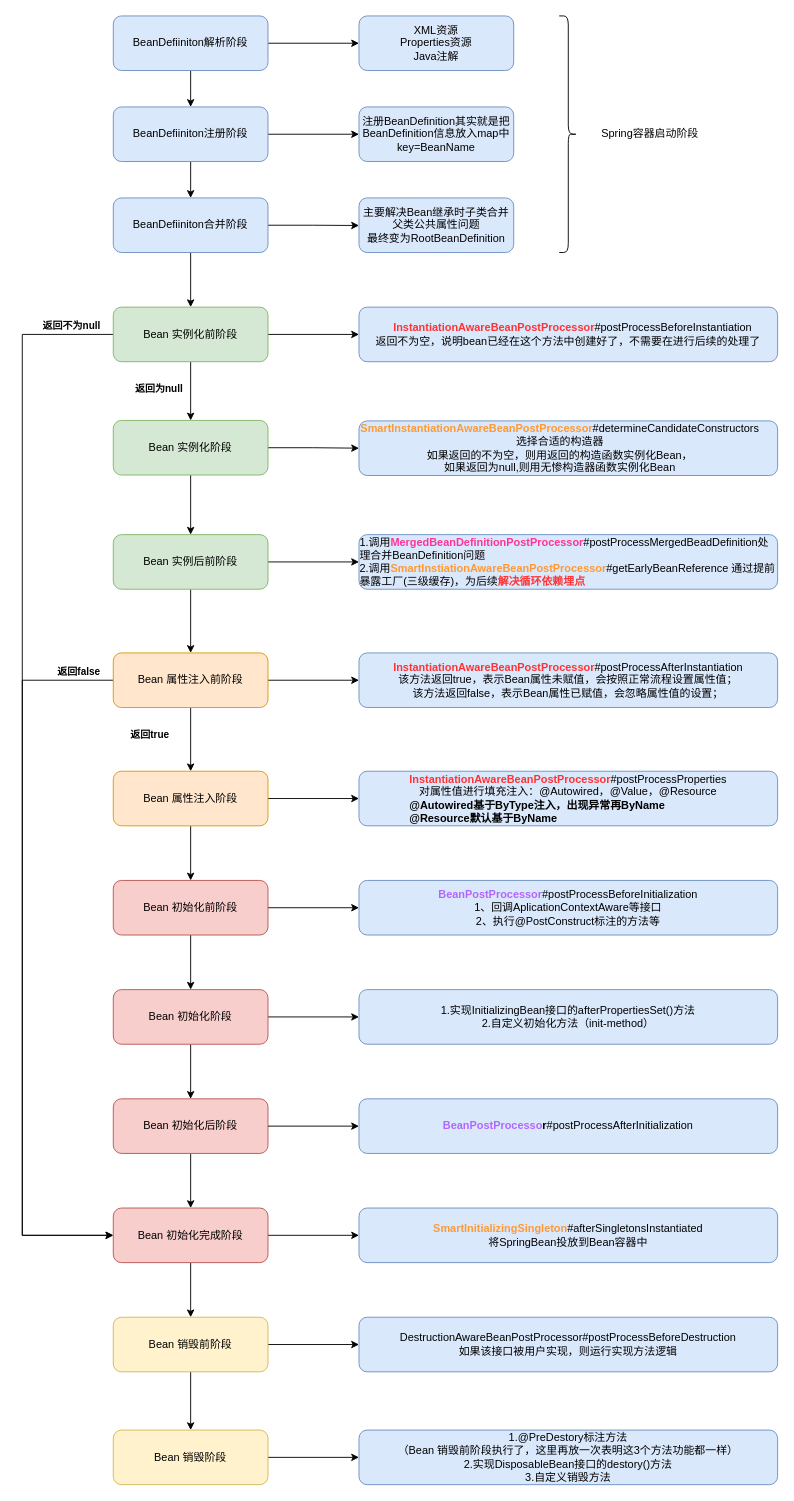
18857545022/- keeps this draw.io diagram as 源码-SpringBean.drawio. Above is the earlier version. Source tidied: cells renumbered, new cells numbered last; positions are measured from the earlier drawing's top-left corner, leaving out a move shared by most shapes. Both pictures are drawn from the tidied source at 91%, with x=0, y=0 at pixel (22, 15).
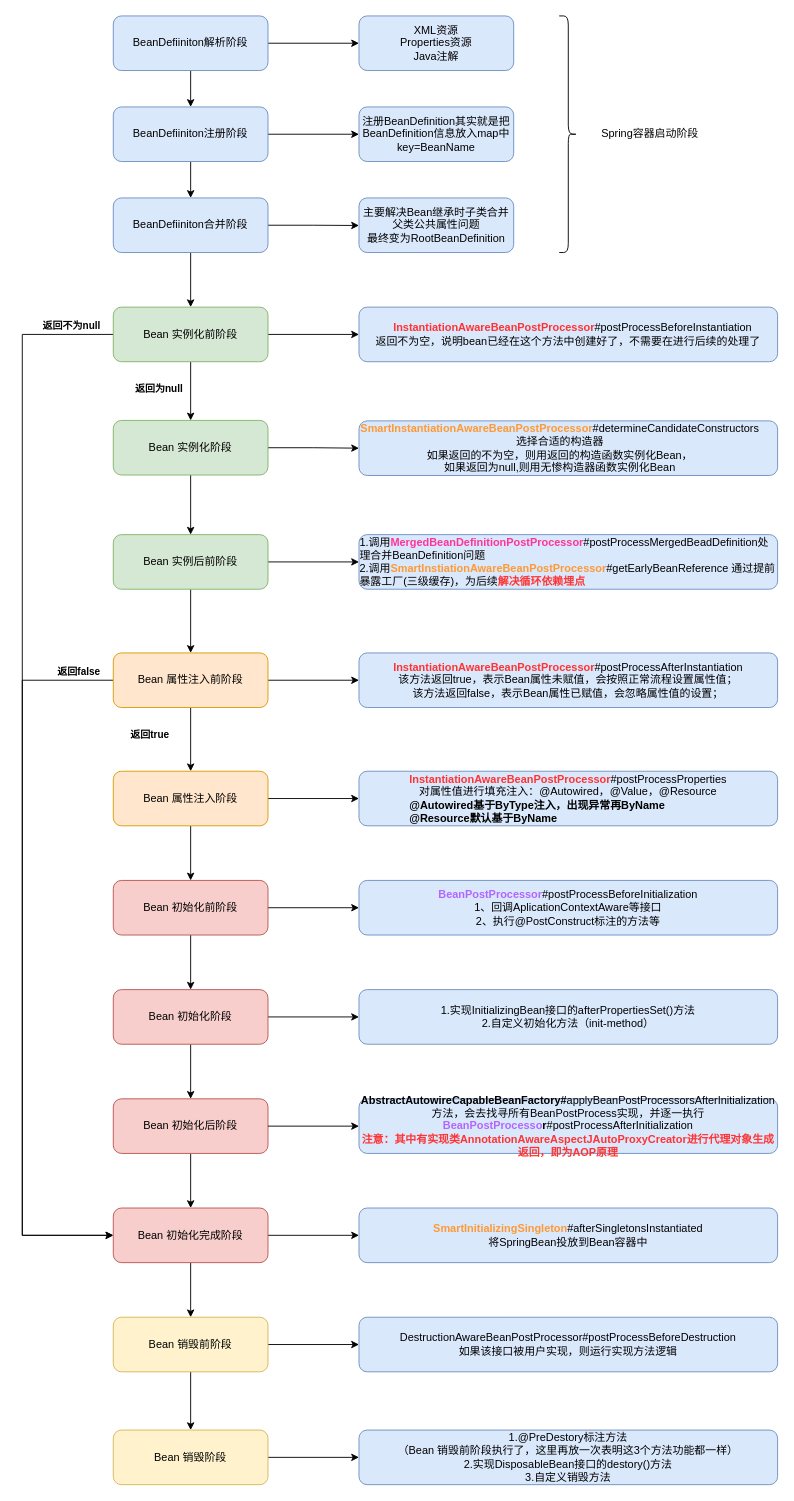
Above is the later version.

Diff of the diagram source:
```diff
@@
-    <mxCell id="54" value="&lt;div style=&quot;&quot;&gt;&lt;div style=&quot;&quot;&gt;&lt;b&gt;&lt;font color=&quot;#b266ff&quot;&gt;BeanPostProcesso&lt;/font&gt;r&lt;/b&gt;#postProcessAfterInitialization&lt;/div&gt;&lt;/div&gt;" style="rounded=1;whiteSpace=wrap;html=1;fontStyle=0;align=center;fillColor=#dae8fc;strokeColor=#6c8ebf;" parent="1" vertex="1">
+    <mxCell id="54" value="&lt;div style=&quot;&quot;&gt;&lt;div style=&quot;&quot;&gt;&lt;b style=&quot;&quot;&gt;AbstractAutowireCapableBeanFactory#&lt;/b&gt;applyBeanPostProcessorsAfterInitialization&lt;br&gt;方法，会去找寻所有BeanPostProcess实现，并逐一执行&lt;/div&gt;&lt;div style=&quot;&quot;&gt;&lt;b&gt;&lt;font color=&quot;#b266ff&quot;&gt;BeanPostProcesso&lt;/font&gt;r&lt;/b&gt;#postProcessAfterInitialization&lt;/div&gt;&lt;div style=&quot;&quot;&gt;&lt;b&gt;&lt;font color=&quot;#ff3333&quot;&gt;注意：其中有实现类AnnotationAwareAspectJAutoProxyCreator进行代理对象生成返回，即为AOP原理&lt;/font&gt;&lt;/b&gt;&lt;/div&gt;&lt;/div&gt;" style="rounded=1;whiteSpace=wrap;html=1;fontStyle=0;align=center;fillColor=#dae8fc;strokeColor=#6c8ebf;" parent="1" vertex="1">
       <mxGeometry x="370" y="1190" width="460" height="60" as="geometry" />
     </mxCell>
```
